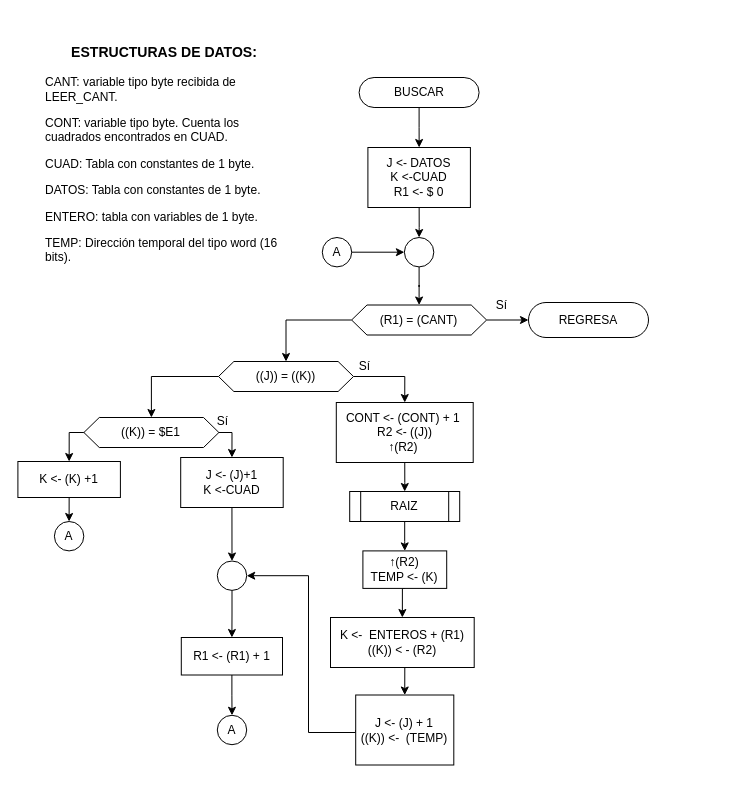
Above: Tareas/T3/Diagramas/draw.io/BUSCAR.drawio in moisotico/Microprocesadores (draw.io), before the change. Source tidied: cells renumbered, new cells numbered last; positions are measured from the earlier drawing's top-left corner, leaving out a move shared by most shapes. Both pictures are drawn from the tidied source at 100%, with x=0, y=0 at pixel (17, 17).
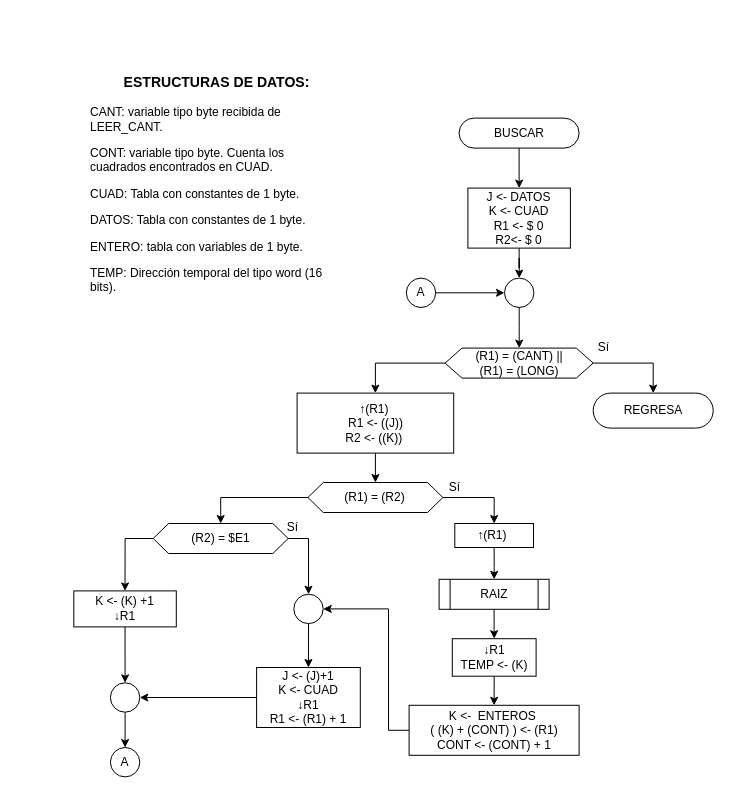
Above is the later version.

Commit message (it also covers changes not shown here):
BUSCAR working

What changed in the source:
```diff
@@
     <mxCell id="3" value="BUSCAR" style="rounded=1;whiteSpace=wrap;html=1;fontSize=12;glass=0;strokeWidth=1;shadow=0;arcSize=50;" parent="1" vertex="1">
-      <mxGeometry x="341.6" y="60" width="120" height="30" as="geometry" />
+      <mxGeometry x="441.6" y="100.6" width="120" height="30" as="geometry" />
     </mxCell>
@@
-    <mxCell id="5" value="J &amp;lt;- DATOS&lt;br&gt;K &amp;lt;-CUAD&lt;br&gt;R1 &amp;lt;- $ 0" style="rounded=0;whiteSpace=wrap;html=1;" parent="1" vertex="1">
-      <mxGeometry x="350.4" y="130" width="102.5" height="60" as="geometry" />
+    <mxCell id="5" value="J &amp;lt;- DATOS&lt;br&gt;K &amp;lt;- CUAD&lt;br&gt;R1 &amp;lt;- $ 0&lt;br&gt;R2&amp;lt;- $ 0" style="rounded=0;whiteSpace=wrap;html=1;" parent="1" vertex="1">
+      <mxGeometry x="450.4" y="170.6" width="102.5" height="60" as="geometry" />
     </mxCell>
@@
-    <mxCell id="8" value="((J)) = ((K))" style="shape=hexagon;perimeter=hexagonPerimeter2;whiteSpace=wrap;html=1;size=0.11394117647058827;" parent="1" vertex="1">
-      <mxGeometry x="201" y="344" width="135" height="30" as="geometry" />
+    <mxCell id="8" value="(R1) = (R2)" style="shape=hexagon;perimeter=hexagonPerimeter2;whiteSpace=wrap;html=1;size=0.11394117647058827;" parent="1" vertex="1">
+      <mxGeometry x="290.4" y="465" width="135" height="30" as="geometry" />
     </mxCell>
     <mxCell id="9" value="REGRESA" style="rounded=1;whiteSpace=wrap;html=1;fontSize=12;glass=0;strokeWidth=1;shadow=0;arcSize=50;" parent="1" vertex="1">
-      <mxGeometry x="511" y="285" width="120" height="35" as="geometry" />
+      <mxGeometry x="575.7" y="375.6" width="120" height="35" as="geometry" />
     </mxCell>
     <mxCell id="10" value="Sí" style="text;html=1;align=center;verticalAlign=middle;" parent="1" vertex="1">
-      <mxGeometry x="332.2" y="339" width="30" height="20" as="geometry" />
+      <mxGeometry x="421.6" y="460" width="30" height="20" as="geometry" />
     </mxCell>
@@
     <mxCell id="12" value="RAIZ" style="shape=process;whiteSpace=wrap;html=1;backgroundOutline=1;" parent="1" vertex="1">
-      <mxGeometry x="332.2" y="474" width="110" height="30" as="geometry" />
+      <mxGeometry x="421.6" y="561.8" width="110" height="30" as="geometry" />
     </mxCell>
     <mxCell id="13" value="&lt;h3 style=&quot;text-align: center&quot;&gt;ESTRUCTURAS DE DATOS:&lt;/h3&gt;&lt;p&gt;CANT: variable tipo byte recibida de LEER_CANT.&lt;/p&gt;&lt;p&gt;CONT: variable tipo byte. Cuenta los cuadrados encontrados en CUAD.&lt;/p&gt;&lt;p&gt;CUAD: Tabla con constantes de 1 byte.&lt;/p&gt;&lt;p&gt;DATOS: Tabla con constantes de 1 byte.&lt;/p&gt;&lt;p&gt;ENTERO: tabla con variables de 1 byte.&lt;/p&gt;TEMP: Dirección temporal del tipo word (16 bits)." style="text;html=1;strokeColor=none;fillColor=none;align=left;verticalAlign=middle;whiteSpace=wrap;rounded=0;" parent="1" vertex="1">
-      <mxGeometry x="25.7" width="240" height="260" as="geometry" />
+      <mxGeometry x="71" y="30" width="254.7" height="260" as="geometry" />
     </mxCell>
@@
     <mxCell id="15" style="ellipse;whiteSpace=wrap;html=1;" parent="1" vertex="1">
-      <mxGeometry x="386.9" y="220" width="29.4" height="29.4" as="geometry" />
+      <mxGeometry x="487" y="260.6" width="29.4" height="29.4" as="geometry" />
     </mxCell>
@@
-    <mxCell id="17" value="↑(R2)&lt;br&gt;TEMP &amp;lt;- (K)" style="rounded=0;whiteSpace=wrap;html=1;" parent="1" vertex="1">
-      <mxGeometry x="345.4" y="533.4" width="83.8" height="37.5" as="geometry" />
+    <mxCell id="17" value="↓R1&lt;br&gt;TEMP &amp;lt;- (K)" style="rounded=0;whiteSpace=wrap;html=1;" parent="1" vertex="1">
+      <mxGeometry x="434.8" y="621.2" width="83.8" height="37.5" as="geometry" />
     </mxCell>
@@
-    <mxCell id="19" value="CONT &amp;lt;- (CONT) + 1&amp;nbsp;&lt;br&gt;R2 &amp;lt;- ((J))&lt;br&gt;↑(R2)&amp;nbsp;" style="rounded=0;whiteSpace=wrap;html=1;" parent="1" vertex="1">
-      <mxGeometry x="318.8" y="385" width="136.9" height="60" as="geometry" />
+    <mxCell id="19" value="↑(R1)&amp;nbsp;" style="rounded=0;whiteSpace=wrap;html=1;" parent="1" vertex="1">
+      <mxGeometry x="437.3" y="506" width="78.7" height="24" as="geometry" />
     </mxCell>
@@
-    <mxCell id="21" value="K &amp;lt;- (K) +1" style="rounded=0;whiteSpace=wrap;html=1;" parent="1" vertex="1">
-      <mxGeometry x="0.4" y="444" width="102.5" height="36" as="geometry" />
+    <mxCell id="21" value="K &amp;lt;- (K) +1&lt;br&gt;↓R1" style="rounded=0;whiteSpace=wrap;html=1;" parent="1" vertex="1">
+      <mxGeometry x="56.3" y="573.4" width="102.5" height="36" as="geometry" />
     </mxCell>
-    <mxCell id="22" style="edgeStyle=orthogonalEdgeStyle;rounded=0;jettySize=auto;html=1;exitX=0.5;exitY=1;exitDx=0;exitDy=0;entryX=0.5;entryY=0;entryDx=0;entryDy=0;" parent="1" edge="1" source="23" target="38">
-      <mxGeometry relative="1" as="geometry" />
-    </mxCell>
-    <mxCell id="23" value="J &amp;lt;- (J)+1&lt;br&gt;K &amp;lt;-CUAD" style="rounded=0;whiteSpace=wrap;html=1;" parent="1" vertex="1">
-      <mxGeometry x="163.2" y="440" width="102.5" height="50" as="geometry" />
-    </mxCell>
-    <mxCell id="24" style="edgeStyle=orthogonalEdgeStyle;rounded=0;jettySize=auto;html=1;exitX=0;exitY=0.5;exitDx=0;exitDy=0;" parent="1" edge="1" source="26" target="8">
-      <mxGeometry relative="1" as="geometry" />
-    </mxCell>
-    <mxCell id="25" style="edgeStyle=orthogonalEdgeStyle;rounded=0;jettySize=auto;html=1;exitX=1;exitY=0.5;exitDx=0;exitDy=0;entryX=0;entryY=0.5;entryDx=0;entryDy=0;" parent="1" edge="1" source="26" target="9">
+    <mxCell id="25" style="edgeStyle=orthogonalEdgeStyle;rounded=0;jettySize=auto;html=1;exitX=1;exitY=0.5;exitDx=0;exitDy=0;entryX=0.5;entryY=0;entryDx=0;entryDy=0;" parent="1" edge="1" source="26" target="9">
       <mxGeometry relative="1" as="geometry" />
     </mxCell>
+    <mxCell id="44" style="edgeStyle=orthogonalEdgeStyle;rounded=0;jettySize=auto;html=1;exitX=0;exitY=0.5;exitDx=0;exitDy=0;entryX=0.5;entryY=0;entryDx=0;entryDy=0;" parent="1" edge="1" source="26" target="50">
+      <mxGeometry relative="1" as="geometry" />
+    </mxCell>
-    <mxCell id="26" value="(R1) = (CANT)" style="shape=hexagon;perimeter=hexagonPerimeter2;whiteSpace=wrap;html=1;size=0.11394117647058827;" parent="1" vertex="1">
-      <mxGeometry x="334.1" y="287.5" width="135" height="30" as="geometry" />
+    <mxCell id="26" value="(R1) = (CANT) ||&lt;br&gt;(R1) = (LONG)" style="shape=hexagon;perimeter=hexagonPerimeter2;whiteSpace=wrap;html=1;size=0.11394117647058827;" parent="1" vertex="1">
+      <mxGeometry x="427.6" y="330.6" width="148.1" height="30" as="geometry" />
     </mxCell>
-    <mxCell id="27" style="edgeStyle=orthogonalEdgeStyle;rounded=0;jettySize=auto;html=1;exitX=0.5;exitY=1;exitDx=0;exitDy=0;entryX=0.5;entryY=0;entryDx=0;entryDy=0;" parent="1" edge="1" source="28" target="32">
-      <mxGeometry relative="1" as="geometry" />
-    </mxCell>
+    <mxCell id="45" style="edgeStyle=orthogonalEdgeStyle;rounded=0;jettySize=auto;html=1;exitX=0;exitY=0.5;exitDx=0;exitDy=0;entryX=1;entryY=0.5;entryDx=0;entryDy=0;" parent="1" edge="1" source="28" target="38">
+      <mxGeometry relative="1" as="geometry">
+        <Array as="points">
+          <mxPoint x="371" y="713" />
+          <mxPoint x="371" y="591" />
+        </Array>
+      </mxGeometry>
+    </mxCell>
-    <mxCell id="28" value="K &amp;lt;-&amp;nbsp; ENTEROS + (R1)&lt;br&gt;((K)) &amp;lt; - (R2)" style="rounded=0;whiteSpace=wrap;html=1;" parent="1" vertex="1">
-      <mxGeometry x="313" y="600" width="143.7" height="50" as="geometry" />
+    <mxCell id="28" value="K &amp;lt;-&amp;nbsp; ENTEROS&amp;nbsp;&lt;br&gt;( (K) + (CONT) ) &amp;lt;- (R1)&lt;br&gt;CONT &amp;lt;- (CONT) + 1" style="rounded=0;whiteSpace=wrap;html=1;" parent="1" vertex="1">
+      <mxGeometry x="391.6" y="687.8" width="170" height="50" as="geometry" />
     </mxCell>
@@
     <mxCell id="30" value="A" style="ellipse;whiteSpace=wrap;html=1;" parent="1" vertex="1">
-      <mxGeometry x="304.8" y="220" width="29.4" height="29.4" as="geometry" />
+      <mxGeometry x="388.8" y="260.6" width="29.4" height="29.4" as="geometry" />
     </mxCell>
-    <mxCell id="31" style="edgeStyle=orthogonalEdgeStyle;rounded=0;jettySize=auto;html=1;exitX=0;exitY=0.5;exitDx=0;exitDy=0;entryX=1;entryY=0.5;entryDx=0;entryDy=0;" parent="1" edge="1" source="32" target="38">
-      <mxGeometry relative="1" as="geometry">
-        <Array as="points">
-          <mxPoint x="338" y="715" />
-          <mxPoint x="291" y="715" />
-          <mxPoint x="291" y="558" />
-        </Array>
-      </mxGeometry>
-    </mxCell>
-    <mxCell id="32" value="J &amp;lt;- (J) + 1&lt;br&gt;((K)) &amp;lt;-&amp;nbsp; (TEMP)&lt;br&gt;" style="rounded=0;whiteSpace=wrap;html=1;" parent="1" vertex="1">
-      <mxGeometry x="338.2" y="677.5" width="98.1" height="70" as="geometry" />
-    </mxCell>
+    <mxCell id="46" style="edgeStyle=orthogonalEdgeStyle;rounded=0;jettySize=auto;html=1;exitX=1;exitY=0.5;exitDx=0;exitDy=0;entryX=0.5;entryY=0;entryDx=0;entryDy=0;" parent="1" edge="1" source="35" target="38">
+      <mxGeometry relative="1" as="geometry" />
+    </mxCell>
@@
-    <mxCell id="34" style="edgeStyle=orthogonalEdgeStyle;rounded=0;jettySize=auto;html=1;exitX=1;exitY=0.5;exitDx=0;exitDy=0;entryX=0.5;entryY=0;entryDx=0;entryDy=0;" parent="1" edge="1" source="35" target="23">
-      <mxGeometry relative="1" as="geometry" />
-    </mxCell>
-    <mxCell id="35" value="((K)) = $E1" style="shape=hexagon;perimeter=hexagonPerimeter2;whiteSpace=wrap;html=1;size=0.11394117647058827;" parent="1" vertex="1">
-      <mxGeometry x="66.4" y="400" width="135" height="30" as="geometry" />
+    <mxCell id="35" value="(R2) = $E1" style="shape=hexagon;perimeter=hexagonPerimeter2;whiteSpace=wrap;html=1;size=0.11394117647058827;" parent="1" vertex="1">
+      <mxGeometry x="135.7" y="506" width="135" height="30" as="geometry" />
     </mxCell>
+    <mxCell id="47" style="edgeStyle=orthogonalEdgeStyle;rounded=0;jettySize=auto;html=1;exitX=0.5;exitY=1;exitDx=0;exitDy=0;entryX=0.5;entryY=0;entryDx=0;entryDy=0;" parent="1" edge="1" source="36" target="41">
+      <mxGeometry relative="1" as="geometry" />
+    </mxCell>
-    <mxCell id="36" value="A" style="ellipse;whiteSpace=wrap;html=1;" parent="1" vertex="1">
-      <mxGeometry x="36.9" y="504" width="29.4" height="29.4" as="geometry" />
+    <mxCell id="36" style="ellipse;whiteSpace=wrap;html=1;" parent="1" vertex="1">
+      <mxGeometry x="92.9" y="665.3" width="29.4" height="29.4" as="geometry" />
     </mxCell>
-    <mxCell id="37" style="edgeStyle=orthogonalEdgeStyle;rounded=0;jettySize=auto;html=1;exitX=0.5;exitY=1;exitDx=0;exitDy=0;entryX=0.5;entryY=0;entryDx=0;entryDy=0;" parent="1" edge="1" source="38" target="40">
-      <mxGeometry relative="1" as="geometry" />
-    </mxCell>
+    <mxCell id="48" style="edgeStyle=orthogonalEdgeStyle;rounded=0;jettySize=auto;html=1;exitX=0.5;exitY=1;exitDx=0;exitDy=0;entryX=0.5;entryY=0;entryDx=0;entryDy=0;" parent="1" edge="1" source="38" target="32">
+      <mxGeometry relative="1" as="geometry" />
+    </mxCell>
     <mxCell id="38" style="ellipse;whiteSpace=wrap;html=1;" parent="1" vertex="1">
-      <mxGeometry x="199.8" y="543.5" width="29.4" height="29.4" as="geometry" />
+      <mxGeometry x="276.3" y="576.7" width="29.4" height="29.4" as="geometry" />
     </mxCell>
-    <mxCell id="39" style="edgeStyle=orthogonalEdgeStyle;rounded=0;jettySize=auto;html=1;exitX=0.5;exitY=1;exitDx=0;exitDy=0;entryX=0.5;entryY=0;entryDx=0;entryDy=0;" parent="1" edge="1" source="40" target="41">
-      <mxGeometry relative="1" as="geometry" />
-    </mxCell>
-    <mxCell id="40" value="&lt;span style=&quot;font-family: &amp;#34;helvetica&amp;#34;&quot;&gt;R1 &amp;lt;- (R1) + 1&lt;/span&gt;" style="rounded=0;whiteSpace=wrap;html=1;" parent="1" vertex="1">
-      <mxGeometry x="163.8" y="620" width="101.2" height="37.5" as="geometry" />
-    </mxCell>
-    <mxCell id="41" value="A" style="ellipse;whiteSpace=wrap;html=1;" parent="1" vertex="1">
-      <mxGeometry x="199.8" y="697.8" width="29.4" height="29.4" as="geometry" />
-    </mxCell>
     <mxCell id="42" value="Sí" style="text;html=1;align=center;verticalAlign=middle;" parent="1" vertex="1">
-      <mxGeometry x="469" y="278" width="30" height="20" as="geometry" />
+      <mxGeometry x="571" y="320" width="30" height="20" as="geometry" />
     </mxCell>
     <mxCell id="43" value="Sí" style="text;html=1;align=center;verticalAlign=middle;" parent="1" vertex="1">
-      <mxGeometry x="190.4" y="394" width="30" height="20" as="geometry" />
+      <mxGeometry x="260.4" y="500" width="30" height="20" as="geometry" />
     </mxCell>
+    <mxCell id="49" style="edgeStyle=orthogonalEdgeStyle;rounded=0;jettySize=auto;html=1;exitX=0.5;exitY=1;exitDx=0;exitDy=0;entryX=0.5;entryY=0;entryDx=0;entryDy=0;" parent="1" edge="1" source="50" target="8">
+      <mxGeometry relative="1" as="geometry" />
+    </mxCell>
+    <mxCell id="50" value="↑(R1)&amp;nbsp;&lt;br&gt;R1 &amp;lt;- ((J))&lt;br&gt;R2 &amp;lt;- ((K))&amp;nbsp;" style="rounded=0;whiteSpace=wrap;html=1;" parent="1" vertex="1">
+      <mxGeometry x="279.6" y="375.6" width="156.6" height="60" as="geometry" />
+    </mxCell>
+    <mxCell id="51" style="edgeStyle=orthogonalEdgeStyle;rounded=0;jettySize=auto;html=1;exitX=0;exitY=0.5;exitDx=0;exitDy=0;entryX=1;entryY=0.5;entryDx=0;entryDy=0;" parent="1" edge="1" source="32" target="36">
+      <mxGeometry relative="1" as="geometry" />
+    </mxCell>
+    <mxCell id="32" value="J &amp;lt;- (J)+1&lt;br&gt;K &amp;lt;- CUAD&lt;br&gt;↓R1&lt;span style=&quot;font-family: &amp;#34;helvetica&amp;#34;&quot;&gt;&lt;br&gt;R1 &amp;lt;- (R1) + 1&lt;/span&gt;" style="rounded=0;whiteSpace=wrap;html=1;" parent="1" vertex="1">
+      <mxGeometry x="239.1" y="650" width="103.7" height="60" as="geometry" />
+    </mxCell>
+    <mxCell id="41" value="&lt;span&gt;A&lt;/span&gt;" style="ellipse;whiteSpace=wrap;html=1;" parent="1" vertex="1">
+      <mxGeometry x="92.9" y="730" width="29.4" height="29.4" as="geometry" />
+    </mxCell>
```
